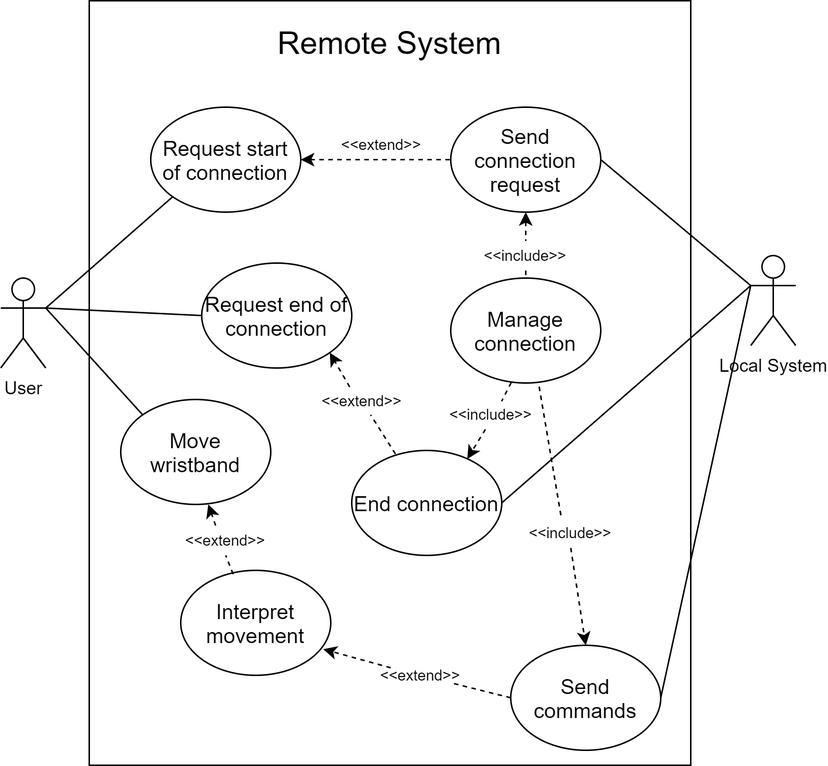
This is 2. Analysis/5. System Analysis/Remote/Use Case/use_case_remote.png from esrg-silent-howl/zephyrus, a draw.io export, as it was before one commit. Source tidied: cells renumbered, new cells last; positions are measured from the earlier drawing's top-left corner, leaving out a move shared by most shapes.
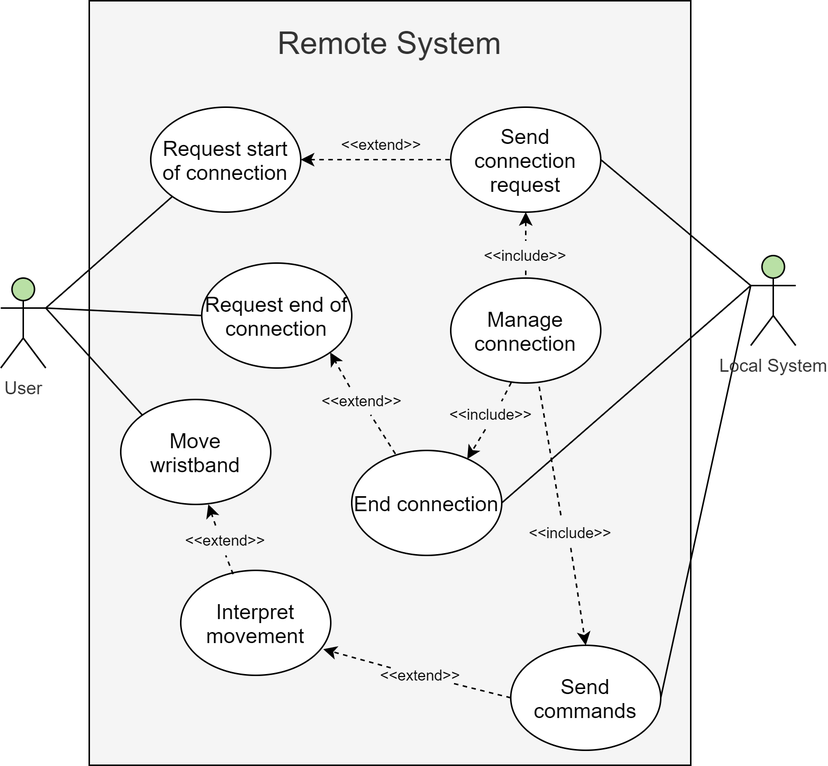
The same file after the commit.

Commit message:
UPDT: Aesthetic changes to use case diagrams

Diff of the diagram source:
```diff
@@ -2,7 +2,7 @@
   <root>
     <mxCell id="0" />
     <mxCell id="1" parent="0" />
-    <mxCell id="2" value="Remote System" style="rounded=0;whiteSpace=wrap;html=1;fontSize=21;verticalAlign=top;spacingTop=9;" parent="1" vertex="1">
+    <mxCell id="2" value="Remote System" style="rounded=0;whiteSpace=wrap;html=1;fontSize=21;verticalAlign=top;spacingTop=9;fillColor=#f5f5f5;fontColor=#333333;" parent="1" vertex="1">
       <mxGeometry x="59" width="401" height="510" as="geometry" />
     </mxCell>
     <mxCell id="3" style="rounded=0;jettySize=auto;html=1;exitX=1;exitY=0.3333333333333333;exitDx=0;exitDy=0;exitPerimeter=0;fontSize=14;endArrow=none;endFill=0;entryX=0;entryY=1;entryDx=0;entryDy=0;" parent="1" edge="1" source="6" target="8">
@@ -14,7 +14,7 @@
     <mxCell id="5" style="edgeStyle=none;rounded=0;jettySize=auto;html=1;exitX=1;exitY=0.3333333333333333;exitDx=0;exitDy=0;exitPerimeter=0;entryX=0;entryY=0.5;entryDx=0;entryDy=0;startArrow=none;startFill=0;endArrow=none;endFill=0;" parent="1" edge="1" source="6" target="31">
       <mxGeometry relative="1" as="geometry" />
     </mxCell>
-    <mxCell id="6" value="User" style="shape=umlActor;verticalLabelPosition=bottom;verticalAlign=top;html=1;outlineConnect=0;" parent="1" vertex="1">
+    <mxCell id="6" value="User" style="shape=umlActor;verticalLabelPosition=bottom;verticalAlign=top;html=1;outlineConnect=0;fontColor=#333333;fillColor=#B9E0A5;" parent="1" vertex="1">
       <mxGeometry y="185" width="30" height="60" as="geometry" />
     </mxCell>
     <mxCell id="7" style="rounded=0;jettySize=auto;html=1;entryX=0;entryY=0.5;entryDx=0;entryDy=0;dashed=1;endArrow=none;endFill=0;startArrow=classic;startFill=1;" parent="1" edge="1" source="8" target="11">
@@ -50,7 +50,7 @@
     <mxCell id="17" value="Send commands" style="ellipse;whiteSpace=wrap;html=1;fontSize=14;" parent="1" vertex="1">
       <mxGeometry x="340" y="430" width="100" height="70" as="geometry" />
     </mxCell>
-    <mxCell id="18" value="Local System" style="shape=umlActor;verticalLabelPosition=bottom;verticalAlign=top;html=1;outlineConnect=0;" parent="1" vertex="1">
+    <mxCell id="18" value="Local System" style="shape=umlActor;verticalLabelPosition=bottom;verticalAlign=top;html=1;outlineConnect=0;fontColor=#333333;fillColor=#B9E0A5;" parent="1" vertex="1">
       <mxGeometry x="500" y="170" width="30" height="60" as="geometry" />
     </mxCell>
     <mxCell id="19" value="&amp;lt;&amp;lt;include&amp;gt;&amp;gt;" style="text;html=1;strokeColor=none;fillColor=none;align=center;verticalAlign=middle;whiteSpace=wrap;rounded=0;fontSize=10;rotation=0;" parent="1" vertex="1">
```
